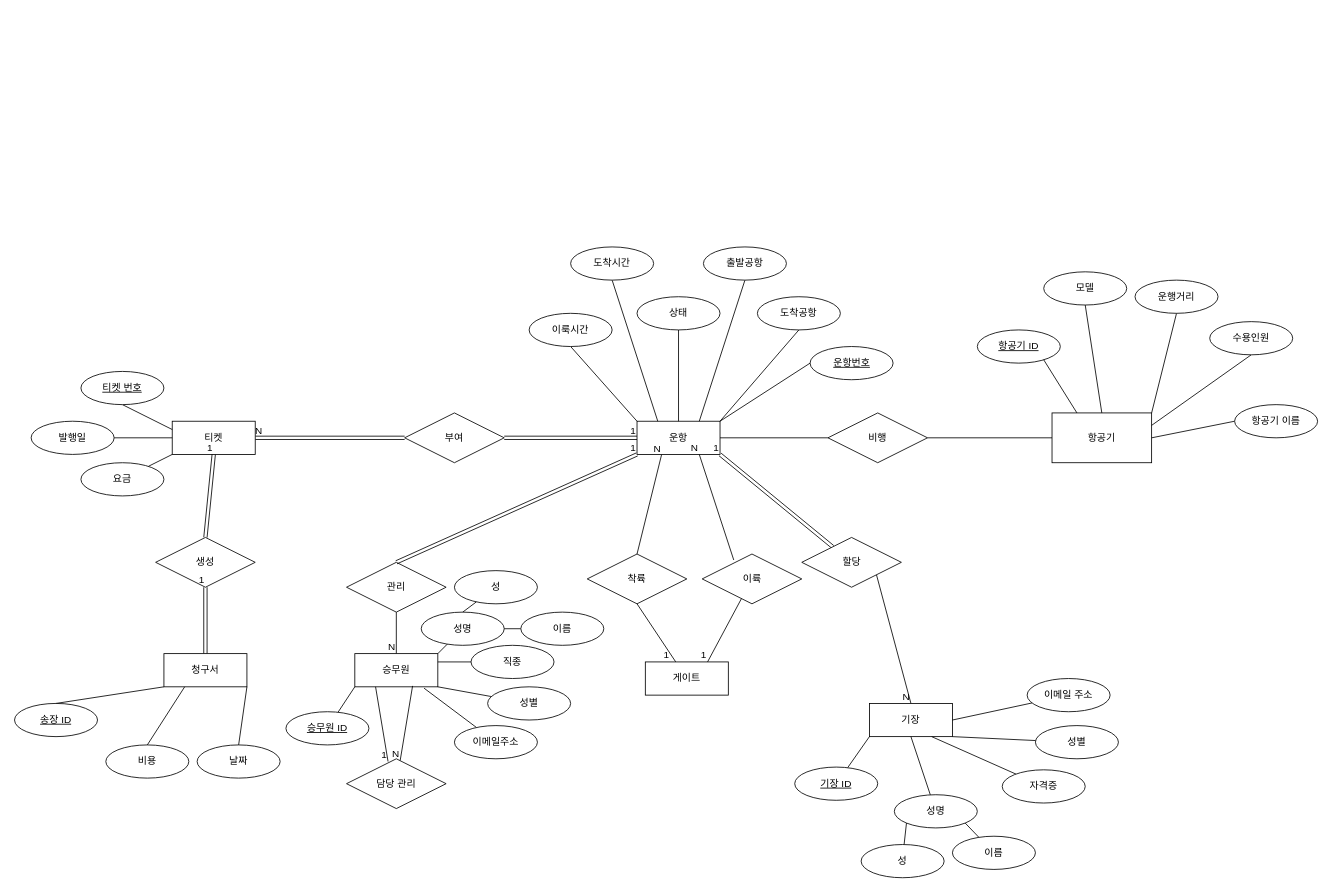
The draw.io diagram 공항.drawio in soupissalt/Festival, before the edit. Source tidied: cells renumbered, new cells numbered last; positions are measured from the earlier drawing's top-left corner, leaving out a move shared by most shapes. Both pictures are drawn from the tidied source at 83%, with x=0, y=0 at pixel (14, 247).
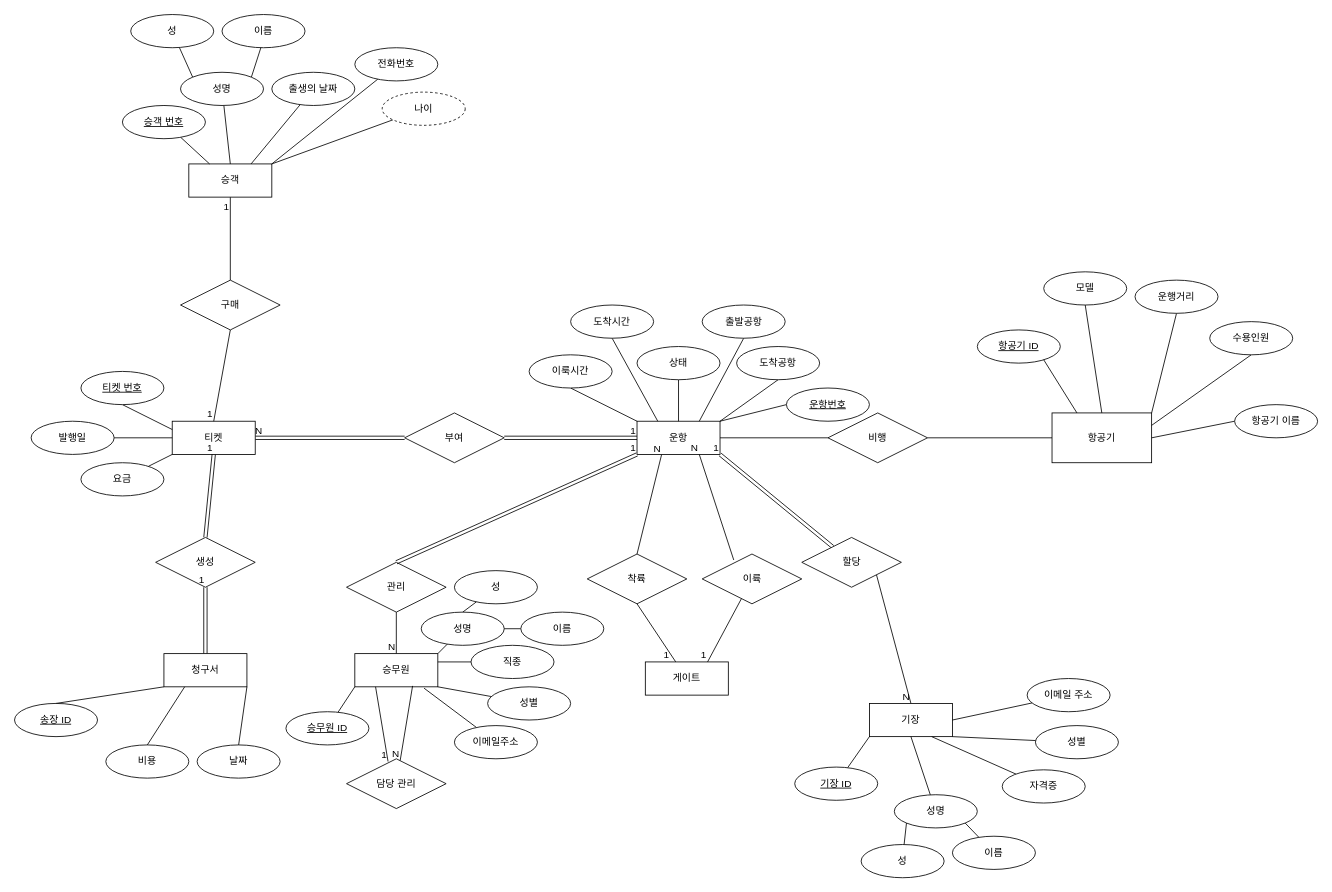
The same page after the edit.

Commit message (it also covers changes not shown here):
공항.drawio 업데이트

Unchanged cells that the change refers to:
```xml
<mxCell id="86" value="티켓" style="whiteSpace=wrap;html=1;align=center;" parent="1" vertex="1">
  <mxGeometry x="190" y="210" width="100" height="40" as="geometry" />
</mxCell>
```

Diff of the diagram source:
```diff
@@
     <mxCell id="4" value="이룩시간" style="ellipse;whiteSpace=wrap;html=1;align=center;" parent="1" vertex="1">
-      <mxGeometry x="620" y="80" width="100" height="40" as="geometry" />
+      <mxGeometry x="620" y="130" width="100" height="40" as="geometry" />
     </mxCell>
@@
     <mxCell id="6" value="도착시간" style="ellipse;whiteSpace=wrap;html=1;align=center;" parent="1" vertex="1">
-      <mxGeometry x="670" width="100" height="40" as="geometry" />
+      <mxGeometry x="670" y="70" width="100" height="40" as="geometry" />
     </mxCell>
@@
     <mxCell id="8" value="상태" style="ellipse;whiteSpace=wrap;html=1;align=center;" parent="1" vertex="1">
-      <mxGeometry x="750" y="60" width="100" height="40" as="geometry" />
+      <mxGeometry x="750" y="120" width="100" height="40" as="geometry" />
     </mxCell>
@@
     <mxCell id="10" value="출발공항" style="ellipse;whiteSpace=wrap;html=1;align=center;" parent="1" vertex="1">
-      <mxGeometry x="830" width="100" height="40" as="geometry" />
+      <mxGeometry x="828.5" y="70" width="100" height="40" as="geometry" />
     </mxCell>
@@
     <mxCell id="12" value="도착공항" style="ellipse;whiteSpace=wrap;html=1;align=center;" parent="1" vertex="1">
-      <mxGeometry x="895" y="60" width="100" height="40" as="geometry" />
+      <mxGeometry x="870" y="120" width="100" height="40" as="geometry" />
     </mxCell>
@@
     <mxCell id="96" value="운항번호" style="ellipse;whiteSpace=wrap;html=1;align=center;fontStyle=4;" parent="1" vertex="1">
-      <mxGeometry x="958.5" y="120" width="100" height="40" as="geometry" />
+      <mxGeometry x="930" y="170" width="100" height="40" as="geometry" />
     </mxCell>
@@
+    <mxCell id="109" style="endArrow=none;html=1;rounded=0;entryX=0.5;entryY=0;entryDx=0;entryDy=0;exitX=0.5;exitY=1;exitDx=0;exitDy=0;" parent="1" edge="1" source="111" target="86">
+      <mxGeometry relative="1" as="geometry" />
+    </mxCell>
+    <mxCell id="110" value="1" style="html=1;whiteSpace=wrap;align=right;verticalAlign=bottom;" parent="109" vertex="1">
+      <mxGeometry x="1" relative="1" as="geometry" />
+    </mxCell>
+    <mxCell id="111" value="구매" style="shape=rhombus;perimeter=rhombusPerimeter;whiteSpace=wrap;html=1;align=center;" parent="1" vertex="1">
+      <mxGeometry x="200" y="40" width="120" height="60" as="geometry" />
+    </mxCell>
+    <mxCell id="112" style="endArrow=none;html=1;rounded=0;exitX=0.5;exitY=0;exitDx=0;exitDy=0;" parent="1" edge="1" source="111" target="114">
+      <mxGeometry relative="1" as="geometry" />
+    </mxCell>
+    <mxCell id="113" value="1" style="html=1;whiteSpace=wrap;align=right;verticalAlign=bottom;direction=south;" parent="112" vertex="1">
+      <mxGeometry x="1" relative="1" as="geometry">
+        <mxPoint y="20" as="offset" />
+      </mxGeometry>
+    </mxCell>
+    <mxCell id="114" value="승객" style="whiteSpace=wrap;html=1;align=center;" parent="1" vertex="1">
+      <mxGeometry x="210" y="-100" width="100" height="40" as="geometry" />
+    </mxCell>
+    <mxCell id="115" style="endArrow=none;html=1;rounded=0;exitX=0.25;exitY=0;exitDx=0;exitDy=0;" parent="1" edge="1" source="114" target="116">
+      <mxGeometry relative="1" as="geometry" />
+    </mxCell>
+    <mxCell id="116" value="승객 번호" style="ellipse;whiteSpace=wrap;html=1;align=center;fontStyle=4;" parent="1" vertex="1">
+      <mxGeometry x="130" y="-170.4" width="100" height="40" as="geometry" />
+    </mxCell>
+    <mxCell id="117" style="endArrow=none;html=1;rounded=0;exitX=0.5;exitY=0;exitDx=0;exitDy=0;" parent="1" edge="1" source="114" target="118">
+      <mxGeometry relative="1" as="geometry" />
+    </mxCell>
+    <mxCell id="118" value="성명" style="ellipse;whiteSpace=wrap;html=1;align=center;" parent="1" vertex="1">
+      <mxGeometry x="200" y="-210.4" width="100" height="40" as="geometry" />
+    </mxCell>
+    <mxCell id="119" style="endArrow=none;html=1;rounded=0;exitX=0;exitY=0;exitDx=0;exitDy=0;" parent="1" edge="1" source="118" target="120">
+      <mxGeometry relative="1" as="geometry" />
+    </mxCell>
+    <mxCell id="120" value="성" style="ellipse;whiteSpace=wrap;html=1;align=center;" parent="1" vertex="1">
+      <mxGeometry x="140" y="-280" width="100" height="40" as="geometry" />
+    </mxCell>
+    <mxCell id="121" style="endArrow=none;html=1;rounded=0;entryX=1;entryY=0;entryDx=0;entryDy=0;" parent="1" edge="1" target="118">
+      <mxGeometry relative="1" as="geometry">
+        <mxPoint x="300" y="-250" as="sourcePoint" />
+      </mxGeometry>
+    </mxCell>
+    <mxCell id="122" value="이름" style="ellipse;whiteSpace=wrap;html=1;align=center;" parent="1" vertex="1">
+      <mxGeometry x="250" y="-280" width="100" height="40" as="geometry" />
+    </mxCell>
+    <mxCell id="123" style="endArrow=none;html=1;rounded=0;exitX=0.75;exitY=0;exitDx=0;exitDy=0;" parent="1" edge="1" source="114" target="124">
+      <mxGeometry relative="1" as="geometry" />
+    </mxCell>
+    <mxCell id="124" value="출생의 날짜" style="ellipse;whiteSpace=wrap;html=1;align=center;" parent="1" vertex="1">
+      <mxGeometry x="310" y="-210.4" width="100" height="40" as="geometry" />
+    </mxCell>
+    <mxCell id="125" style="endArrow=none;html=1;rounded=0;exitX=1;exitY=0;exitDx=0;exitDy=0;" parent="1" edge="1" source="114" target="126">
+      <mxGeometry relative="1" as="geometry" />
+    </mxCell>
+    <mxCell id="126" value="전화번호" style="ellipse;whiteSpace=wrap;html=1;align=center;" parent="1" vertex="1">
+      <mxGeometry x="410" y="-240" width="100" height="40" as="geometry" />
+    </mxCell>
+    <mxCell id="127" style="endArrow=none;html=1;rounded=0;" parent="1" edge="1" target="128">
+      <mxGeometry relative="1" as="geometry">
+        <mxPoint x="310" y="-100" as="sourcePoint" />
+      </mxGeometry>
+    </mxCell>
+    <mxCell id="128" value="나이" style="ellipse;whiteSpace=wrap;html=1;align=center;dashed=1;" parent="1" vertex="1">
+      <mxGeometry x="443" y="-186.5" width="100" height="40" as="geometry" />
+    </mxCell>
```
